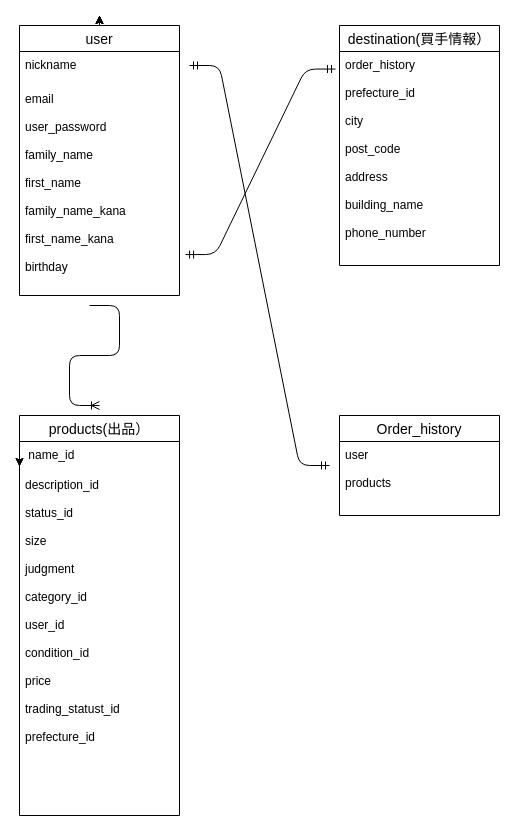
Earlier version of the draw.io diagram page "ページ1" (1 of 3) of test.dio (kitou44/furima-30571). Source tidied: cells renumbered, new cells numbered last; positions are measured from the earlier drawing's top-left corner, leaving out a move shared by most shapes. Both pictures are drawn from the tidied source at 100%, with x=0, y=0 at pixel (19, 15).
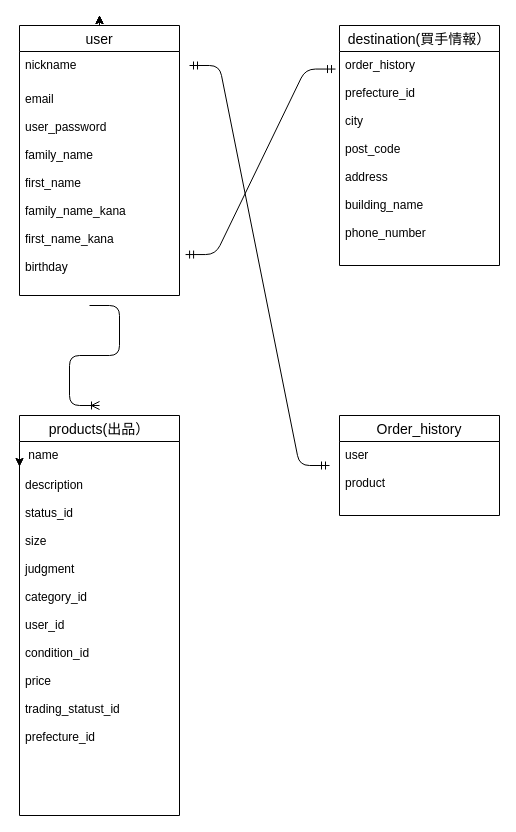
After the change.

The change refers to these unchanged cells:
```xml
<mxCell id="10" value="products(出品）" style="swimlane;fontStyle=0;horizontal=1;startSize=26;align=center;fontSize=14;rounded=0;sketch=0;" parent="1" vertex="1">
  <mxGeometry y="400" width="160" height="400" as="geometry" />
</mxCell>
<mxCell id="18" value="Order_history" style="swimlane;fontStyle=0;horizontal=1;startSize=26;align=center;fontSize=14;" parent="1" vertex="1">
  <mxGeometry x="320" y="400" width="160" height="100" as="geometry" />
</mxCell>
```

The edit, as a diff of the source:
```diff
@@
-    <mxCell id="11" value=" name_id" style="text;strokeColor=none;fillColor=none;spacingLeft=4;spacingRight=4;overflow=hidden;points=[[0,0.5],[1,0.5]];portConstraint=eastwest;fontSize=12;" parent="10" vertex="1">
+    <mxCell id="11" value=" name" style="text;strokeColor=none;fillColor=none;spacingLeft=4;spacingRight=4;overflow=hidden;points=[[0,0.5],[1,0.5]];portConstraint=eastwest;fontSize=12;" parent="10" vertex="1">
       <mxGeometry y="26" width="160" height="30" as="geometry" />
     </mxCell>
-    <mxCell id="12" value="description_id&#10;&#10;status_id&#10;&#10;size&#10;&#10;judgment&#10;&#10;category_id&#10;&#10;user_id&#10;&#10;condition_id&#10;&#10;price&#10;&#10;trading_statust_id&#10;&#10;prefecture_id" style="text;strokeColor=none;fillColor=none;spacingLeft=4;spacingRight=4;overflow=hidden;fontSize=12;" parent="10" vertex="1">
+    <mxCell id="12" value="description&#10;&#10;status_id&#10;&#10;size&#10;&#10;judgment&#10;&#10;category_id&#10;&#10;user_id&#10;&#10;condition_id&#10;&#10;price&#10;&#10;trading_statust_id&#10;&#10;prefecture_id" style="text;strokeColor=none;fillColor=none;spacingLeft=4;spacingRight=4;overflow=hidden;fontSize=12;" parent="10" vertex="1">
       <mxGeometry y="56" width="160" height="344" as="geometry" />
     </mxCell>
@@
-    <mxCell id="19" value="user&#10;&#10;products" style="text;strokeColor=none;fillColor=none;spacingLeft=4;spacingRight=4;overflow=hidden;fontSize=12;" parent="18" vertex="1">
+    <mxCell id="19" value="user&#10;&#10;product" style="text;strokeColor=none;fillColor=none;spacingLeft=4;spacingRight=4;overflow=hidden;fontSize=12;" parent="18" vertex="1">
       <mxGeometry y="26" width="160" height="74" as="geometry" />
     </mxCell>
```
